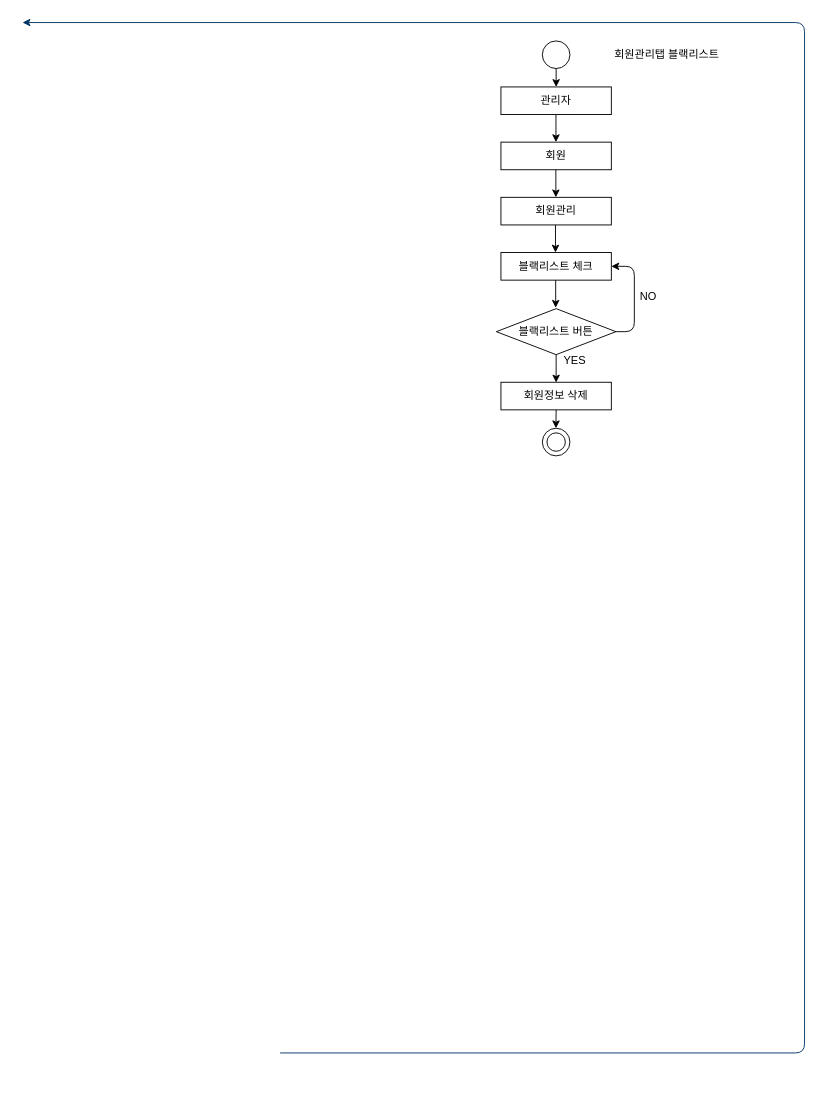
The draw.io diagram 네비게이션 흐름도/회원관리(블랙리스트).drawio in snowskyblue/-, before the edit. Source tidied: cells renumbered, new cells numbered last; positions are measured from the earlier drawing's top-left corner, leaving out a move shared by most shapes. Both pictures are drawn from the tidied source at 92%, with x=0, y=0 at pixel (22, 22).
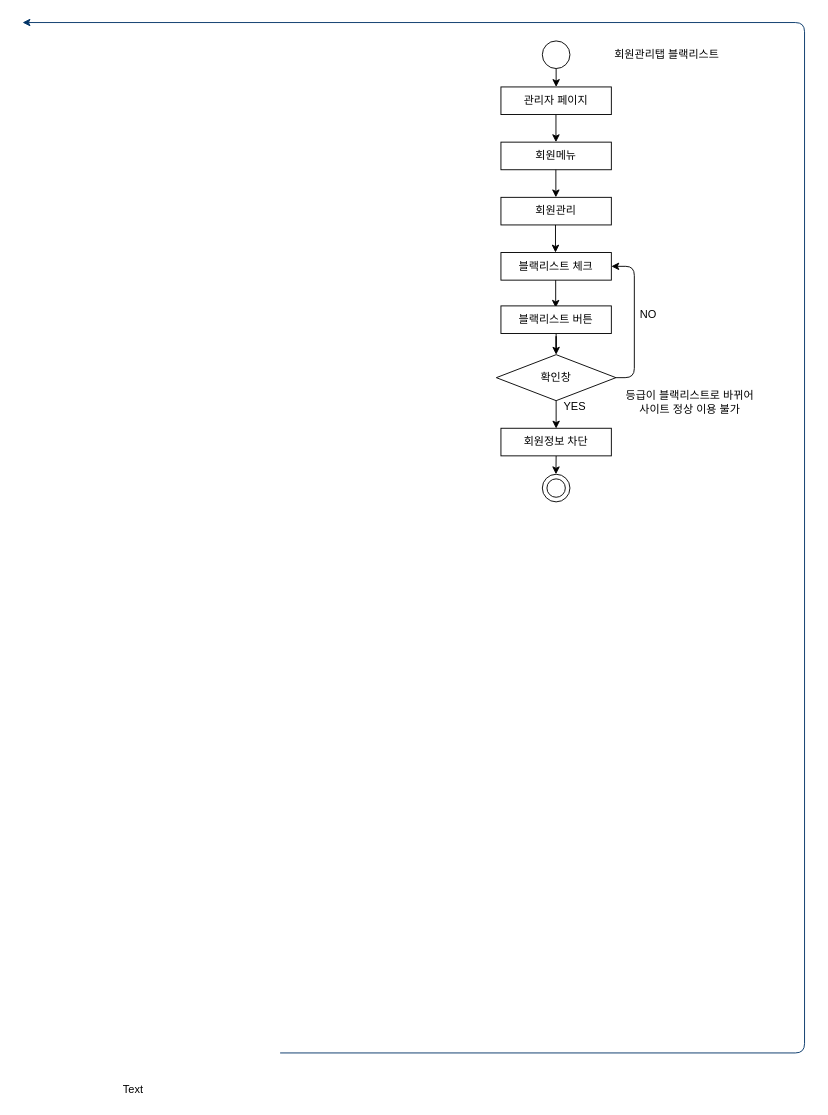
Above is the later version.

What changed in the source:
```diff
@@
-    <mxCell id="5" value="회원" style="rounded=0;whiteSpace=wrap;html=1;" parent="1" vertex="1">
+    <mxCell id="5" value="회원메뉴" style="rounded=0;whiteSpace=wrap;html=1;" parent="1" vertex="1">
       <mxGeometry x="520" y="130" width="120" height="30" as="geometry" />
     </mxCell>
@@
-    <mxCell id="8" value="관리자" style="rounded=0;whiteSpace=wrap;html=1;" parent="1" vertex="1">
+    <mxCell id="8" value="관리자 페이지" style="rounded=0;whiteSpace=wrap;html=1;" parent="1" vertex="1">
       <mxGeometry x="520" y="70" width="120" height="30" as="geometry" />
     </mxCell>
     <mxCell id="9" style="edgeStyle=orthogonalEdgeStyle;rounded=0;orthogonalLoop=1;jettySize=auto;html=1;exitX=0.5;exitY=1;exitDx=0;exitDy=0;" parent="1" edge="1">
       <mxGeometry relative="1" as="geometry">
-        <mxPoint x="580" y="421" as="sourcePoint" />
-        <mxPoint x="579.8" y="441" as="targetPoint" />
+        <mxPoint x="580" y="471" as="sourcePoint" />
+        <mxPoint x="579.8" y="491" as="targetPoint" />
       </mxGeometry>
     </mxCell>
     <mxCell id="10" style="ellipse;whiteSpace=wrap;html=1;" parent="1" vertex="1">
-      <mxGeometry x="565" y="441" width="30" height="30" as="geometry" />
+      <mxGeometry x="565" y="491" width="30" height="30" as="geometry" />
     </mxCell>
     <mxCell id="11" style="ellipse;whiteSpace=wrap;html=1;" parent="1" vertex="1">
-      <mxGeometry x="570" y="446" width="20" height="20" as="geometry" />
+      <mxGeometry x="570" y="496" width="20" height="20" as="geometry" />
     </mxCell>
@@
     <mxCell id="15" value="NO" style="text;html=1;align=center;verticalAlign=middle;fillColor=none;strokeColor=none;rounded=0;" parent="1" vertex="1">
-      <mxGeometry x="665" y="288" width="30" height="20" as="geometry" />
+      <mxGeometry x="665" y="308" width="30" height="20" as="geometry" />
     </mxCell>
@@
-    <mxCell id="17" value="블랙리스트 버튼" style="rhombus;whiteSpace=wrap;html=1;" parent="1" vertex="1">
-      <mxGeometry x="515" y="311" width="130" height="50" as="geometry" />
+    <mxCell id="17" value="확인창" style="rhombus;whiteSpace=wrap;html=1;" parent="1" vertex="1">
+      <mxGeometry x="515" y="361" width="130" height="50" as="geometry" />
     </mxCell>
     <mxCell id="18" value="YES" style="text;html=1;align=center;verticalAlign=middle;fillColor=none;strokeColor=none;rounded=0;" parent="1" vertex="1">
-      <mxGeometry x="580" y="358" width="40" height="20" as="geometry" />
+      <mxGeometry x="580" y="408" width="40" height="20" as="geometry" />
     </mxCell>
     <mxCell id="19" style="edgeStyle=orthogonalEdgeStyle;rounded=0;orthogonalLoop=1;jettySize=auto;html=1;" parent="1" edge="1">
       <mxGeometry relative="1" as="geometry">
-        <mxPoint x="580" y="361" as="sourcePoint" />
-        <mxPoint x="580" y="391.3" as="targetPoint" />
+        <mxPoint x="580" y="411" as="sourcePoint" />
+        <mxPoint x="580" y="441.3" as="targetPoint" />
       </mxGeometry>
     </mxCell>
-    <mxCell id="20" value="회원정보 삭제" style="rounded=0;whiteSpace=wrap;html=1;" parent="1" vertex="1">
-      <mxGeometry x="520" y="391" width="120" height="30" as="geometry" />
+    <mxCell id="20" value="회원정보 차단" style="rounded=0;whiteSpace=wrap;html=1;" parent="1" vertex="1">
+      <mxGeometry x="520" y="441" width="120" height="30" as="geometry" />
     </mxCell>
@@
+    <mxCell id="23" value="Text" style="text;html=1;align=center;verticalAlign=middle;fillColor=none;strokeColor=none;rounded=0;" parent="1" vertex="1">
+      <mxGeometry x="100" y="1150" width="40" height="20" as="geometry" />
+    </mxCell>
+    <mxCell id="24" value="등급이 블랙리스트로 바뀌어&lt;br&gt;사이트 정상 이용 불가" style="text;html=1;align=center;verticalAlign=middle;" parent="1" vertex="1">
+      <mxGeometry x="640" y="397.9" width="170" height="30" as="geometry" />
+    </mxCell>
+    <mxCell id="25" style="edgeStyle=orthogonalEdgeStyle;rounded=0;jettySize=auto;html=1;" parent="1" edge="1" source="26" target="17">
+      <mxGeometry relative="1" as="geometry" />
+    </mxCell>
+    <mxCell id="26" value="블랙리스트 버튼" style="rounded=0;whiteSpace=wrap;html=1;" parent="1" vertex="1">
+      <mxGeometry x="520" y="308" width="120" height="30" as="geometry" />
+    </mxCell>
```
